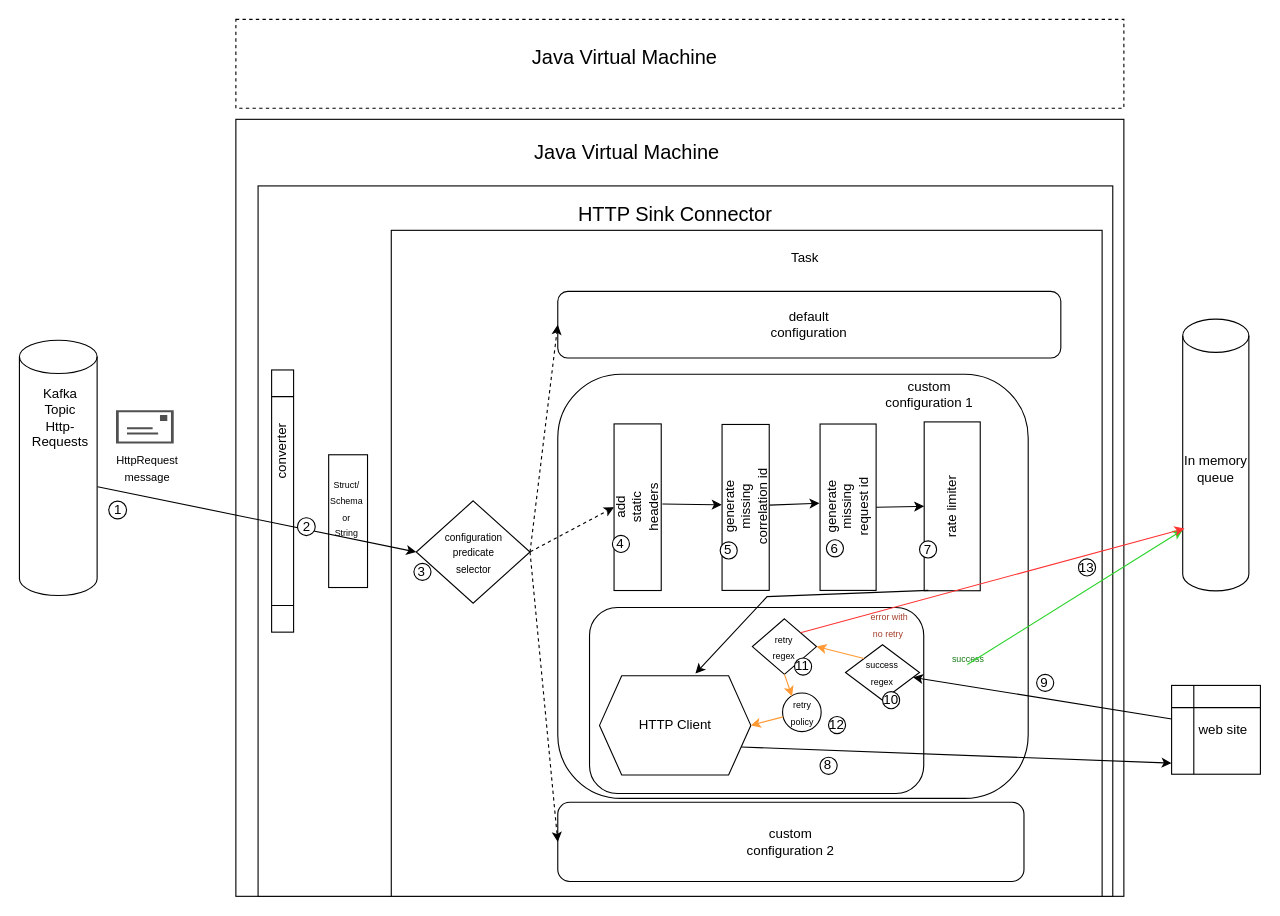
Above: docs/http_sink_connector.drawio in clescot/kafka-connect-http (draw.io), before the change. Source tidied: cells renumbered, new cells numbered last; positions are measured from the earlier drawing's top-left corner, leaving out a move shared by most shapes. Both pictures are drawn from the tidied source at 111%, with x=0, y=0 at pixel (19, 19).
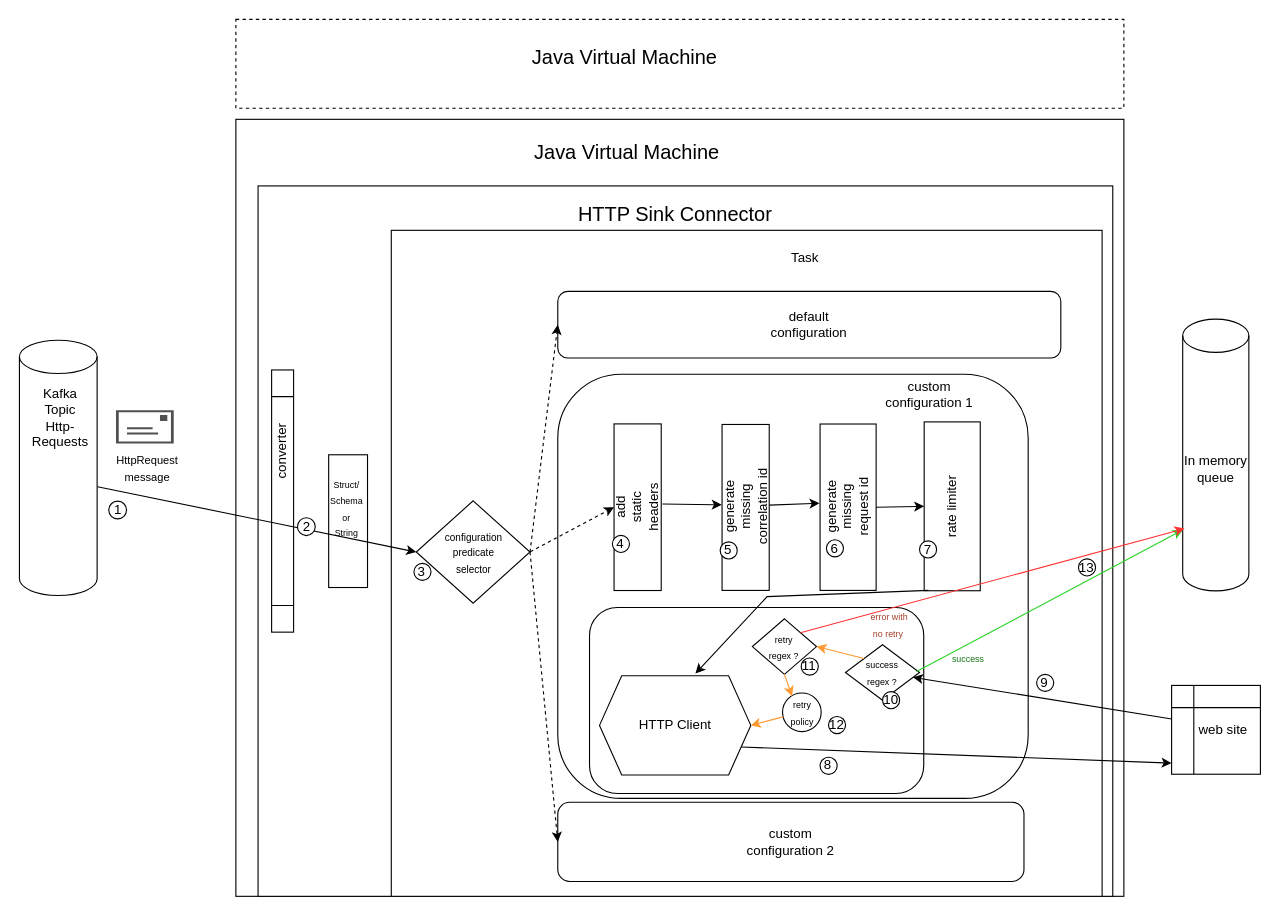
The same diagram, later.

Commit message:
shutdown executorService when HttpSinkTask stop #4

Unchanged cells that the change refers to:
```xml
<mxCell id="3" style="rounded=0;whiteSpace=wrap;html=1;" parent="1" vertex="1">
  <mxGeometry x="215" y="150" width="770" height="640" as="geometry" />
</mxCell>
```

What changed in the source:
```diff
@@
-    <mxCell id="24" value="&lt;font style=&quot;font-size: 8px;&quot;&gt;success&lt;br&gt;regex&lt;/font&gt;" style="rhombus;whiteSpace=wrap;html=1;" parent="3" vertex="1">
+    <mxCell id="24" value="&lt;font style=&quot;font-size: 8px;&quot;&gt;success&lt;br&gt;regex ?&lt;/font&gt;" style="rhombus;whiteSpace=wrap;html=1;" parent="3" vertex="1">
       <mxGeometry x="529.2" y="413.3" width="66.7" height="50" as="geometry" />
     </mxCell>
-    <mxCell id="25" value="&lt;font style=&quot;font-size: 8px;&quot;&gt;retry&lt;br&gt;regex&lt;/font&gt;" style="rhombus;whiteSpace=wrap;html=1;" parent="3" vertex="1">
+    <mxCell id="25" value="&lt;font style=&quot;font-size: 8px;&quot;&gt;retry&lt;br&gt;regex ?&lt;/font&gt;" style="rhombus;whiteSpace=wrap;html=1;" parent="3" vertex="1">
       <mxGeometry x="445.3" y="390" width="57.8" height="50" as="geometry" />
     </mxCell>
@@
     <mxCell id="40" value="11" style="ellipse;whiteSpace=wrap;html=1;" parent="3" vertex="1">
-      <mxGeometry x="483.3" y="425.3" width="15.4" height="15.4" as="geometry" />
+      <mxGeometry x="489.3" y="425.3" width="15.4" height="15.4" as="geometry" />
     </mxCell>
@@
-    <mxCell id="55" style="endArrow=classic;html=1;rounded=0;exitX=0.662;exitY=0.138;exitDx=0;exitDy=0;exitPerimeter=0;strokeColor=#2AD42A;" parent="1" edge="1">
+    <mxCell id="55" style="endArrow=classic;html=1;rounded=0;exitX=0.96;exitY=0.483;exitDx=0;exitDy=0;exitPerimeter=0;strokeColor=#2AD42A;" parent="1" edge="1" source="24">
       <mxGeometry relative="1" as="geometry">
-        <mxPoint x="854" y="581.2" as="sourcePoint" />
         <mxPoint x="1048" y="460" as="targetPoint" />
       </mxGeometry>
     </mxCell>
```
